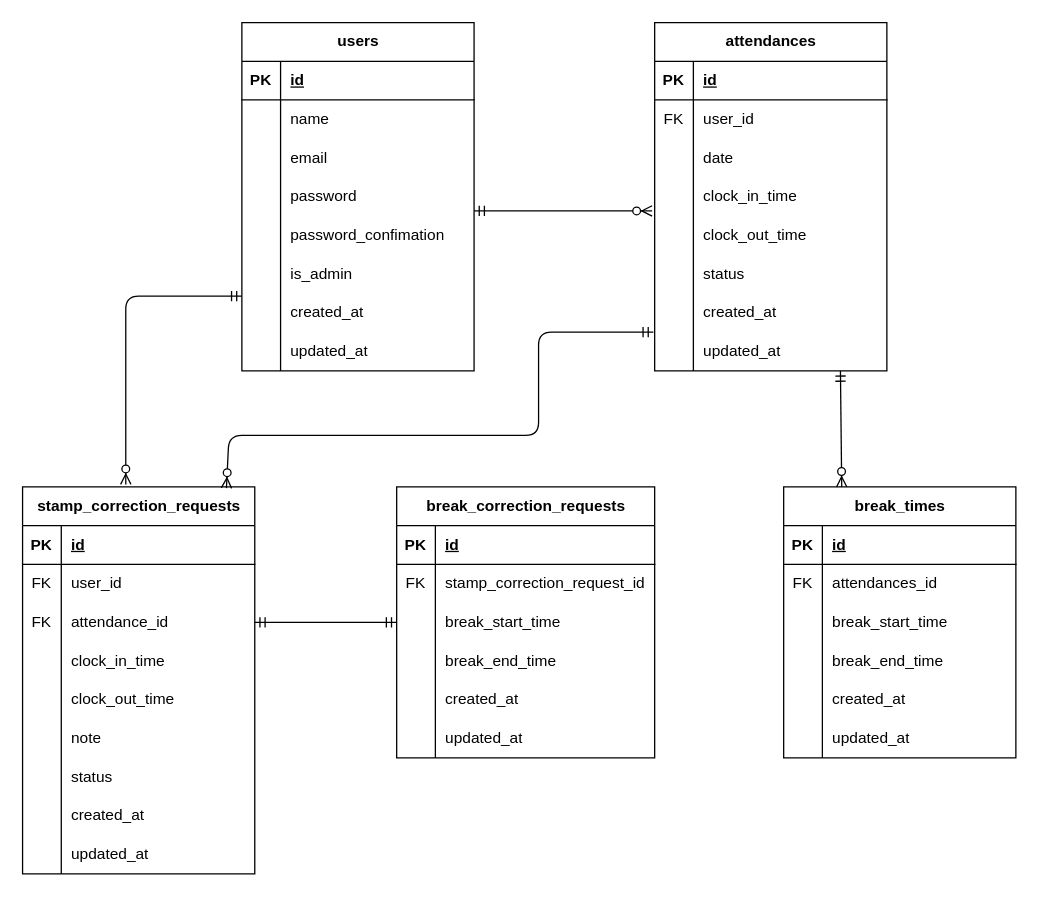
Above: diagram.drawio in butterfly-39/attendance_management_system_20250403 (draw.io), before the change. Source tidied: cells renumbered, new cells numbered last; positions are measured from the earlier drawing's top-left corner, leaving out a move shared by most shapes. Both pictures are drawn from the tidied source at 129%, with x=0, y=0 at pixel (22, 22).
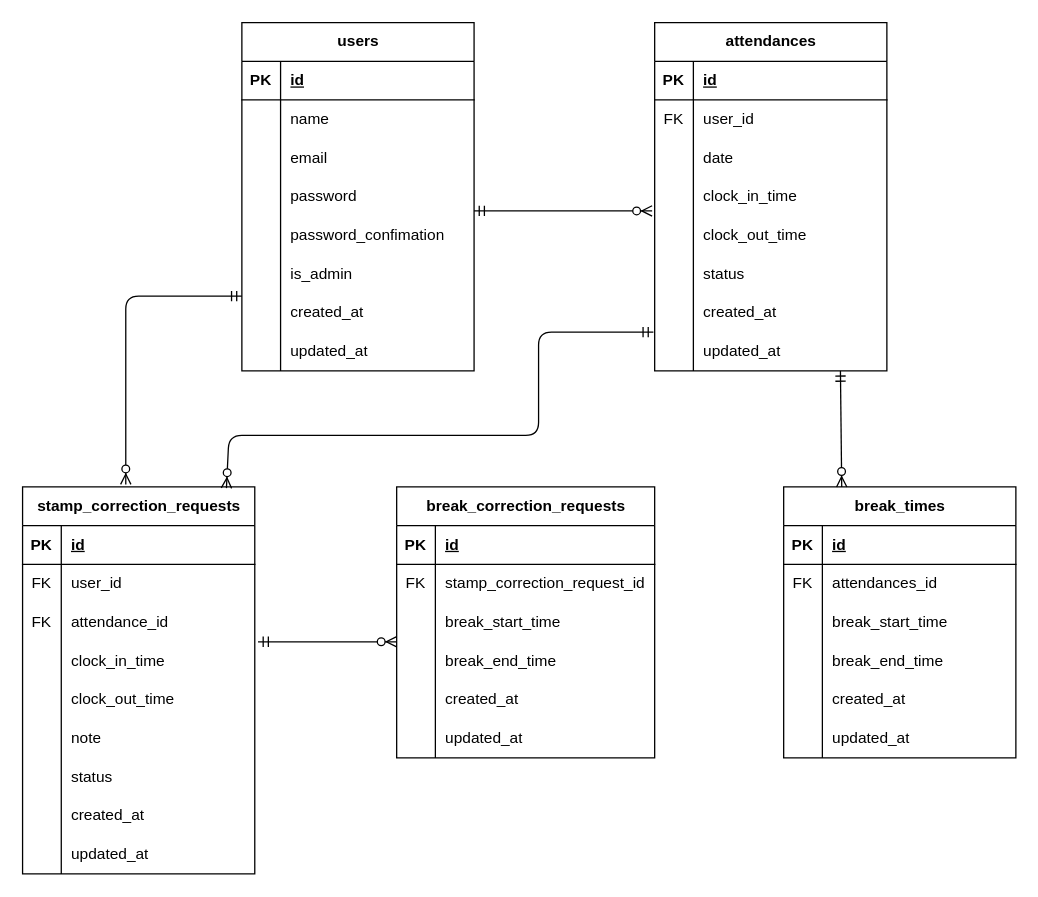
Above is the later version.

Unchanged cells that the change refers to:
```xml
<mxCell id="59" style="shape=tableRow;horizontal=0;startSize=0;swimlaneHead=0;swimlaneBody=0;fillColor=none;points=[[0,0.5],[1,0.5]];portConstraint=eastwest;top=0;left=0;right=0;bottom=0;" parent="52" vertex="1">
  <mxGeometry y="90" width="180" height="30" as="geometry" />
</mxCell>
<mxCell id="62" style="shape=tableRow;horizontal=0;startSize=0;swimlaneHead=0;swimlaneBody=0;fillColor=none;points=[[0,0.5],[1,0.5]];portConstraint=eastwest;top=0;left=0;right=0;bottom=0;" parent="52" vertex="1">
  <mxGeometry y="120" width="180" height="30" as="geometry" />
</mxCell>
<mxCell id="106" style="shape=tableRow;horizontal=0;startSize=0;swimlaneHead=0;swimlaneBody=0;fillColor=none;points=[[0,0.5],[1,0.5]];portConstraint=eastwest;top=0;left=0;right=0;bottom=0;" parent="99" vertex="1">
  <mxGeometry y="90" width="200" height="30" as="geometry" />
</mxCell>
<mxCell id="109" style="shape=tableRow;horizontal=0;startSize=0;swimlaneHead=0;swimlaneBody=0;fillColor=none;points=[[0,0.5],[1,0.5]];portConstraint=eastwest;top=0;left=0;right=0;bottom=0;" parent="99" vertex="1">
  <mxGeometry y="120" width="200" height="30" as="geometry" />
</mxCell>
```

What changed in the source:
```diff
@@
-    <mxCell id="122" style="fontSize=12;html=1;endArrow=ERmandOne;startArrow=ERmandOne;exitX=1;exitY=0.5;exitDx=0;exitDy=0;entryX=0;entryY=0.5;entryDx=0;entryDy=0;" parent="1" edge="1" source="59" target="106">
+    <mxCell id="122" style="fontSize=12;html=1;endArrow=ERzeroToMany;startArrow=ERmandOne;exitX=1.014;exitY=0;exitDx=0;exitDy=0;exitPerimeter=0;entryX=0;entryY=0;entryDx=0;entryDy=0;entryPerimeter=0;" parent="1" edge="1" source="62" target="109">
       <mxGeometry relative="1" as="geometry" />
     </mxCell>
```
